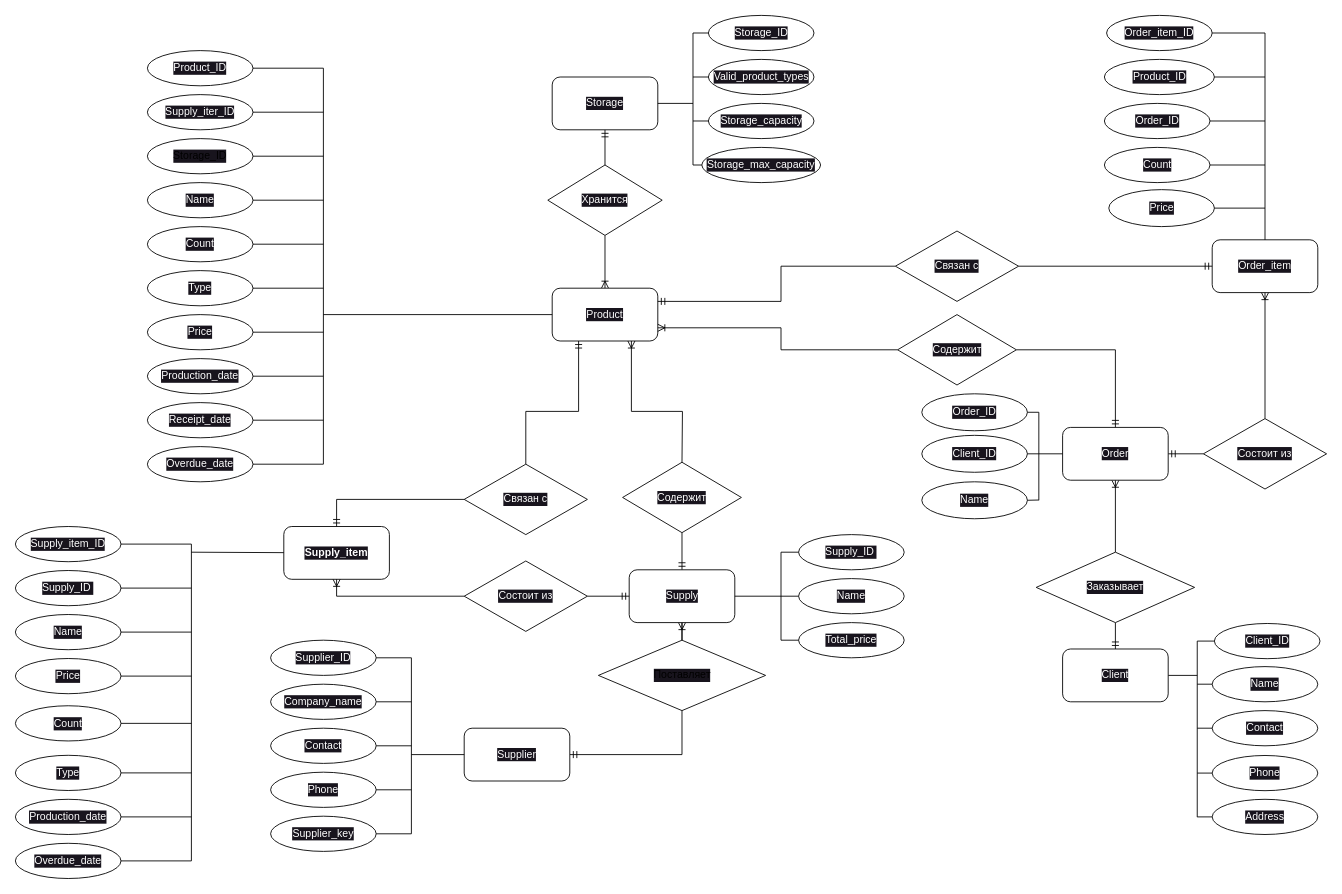
This is page "Page-1" (1 of 2) of Scheme.dio from SkivHisink/DBNSUEdu, a draw.io file, before an edit. Source tidied: cells renumbered, new cells numbered last; positions are measured from the earlier drawing's top-left corner, leaving out a move shared by most shapes. Both pictures are drawn from the tidied source at 88%, with x=0, y=0 at pixel (15, 15).
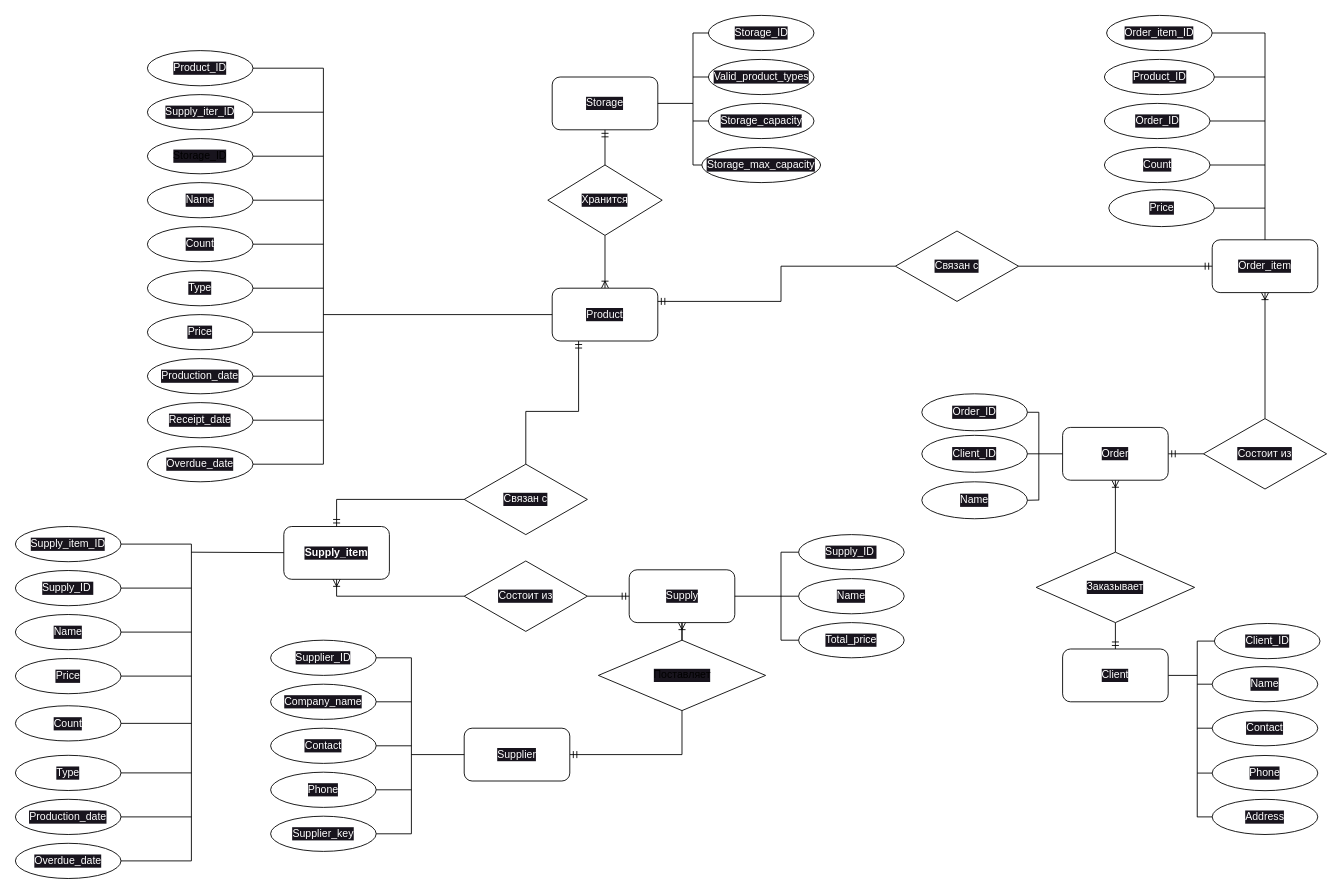
The same page after the edit.

The change refers to these unchanged cells:
```xml
<mxCell id="16" value="Supply" style="rounded=1;whiteSpace=wrap;html=1;fontColor=#FFFFFF;labelBackgroundColor=#18141D;" parent="1" vertex="1">
  <mxGeometry x="697.5" y="630" width="120" height="60" as="geometry" />
</mxCell>
<mxCell id="23" value="Product" style="rounded=1;whiteSpace=wrap;html=1;fontColor=#FFFFFF;labelBackgroundColor=#18141D;" parent="1" vertex="1">
  <mxGeometry x="610" y="310" width="120" height="60" as="geometry" />
</mxCell>
<mxCell id="53" value="Order" style="rounded=1;whiteSpace=wrap;html=1;fontColor=#FFFFFF;labelBackgroundColor=#18141D;" parent="1" vertex="1">
  <mxGeometry x="1190" y="468.2" width="120" height="60" as="geometry" />
</mxCell>
```

Change to the diagram source:
```diff
@@
-    <mxCell id="3" style="edgeStyle=orthogonalEdgeStyle;rounded=0;jettySize=auto;html=1;startArrow=ERmandOne;startFill=0;endArrow=none;endFill=0;exitX=0.5;exitY=0;exitDx=0;exitDy=0;entryX=0.5;entryY=1;entryDx=0;entryDy=0;labelBackgroundColor=#18141D;" parent="1" edge="1" source="16" target="21">
-      <mxGeometry relative="1" as="geometry" />
-    </mxCell>
@@
-    <mxCell id="20" style="edgeStyle=none;html=1;entryX=0.75;entryY=1;entryDx=0;entryDy=0;fontColor=#FFFFFF;endArrow=ERoneToMany;endFill=0;exitX=0.5;exitY=0;exitDx=0;exitDy=0;rounded=0;strokeColor=default;startArrow=none;startFill=0;labelBackgroundColor=#18141D;" parent="1" edge="1" source="21" target="23">
-      <mxGeometry relative="1" as="geometry">
-        <Array as="points">
-          <mxPoint x="758" y="450" />
-          <mxPoint x="700" y="450" />
-        </Array>
-      </mxGeometry>
-    </mxCell>
-    <mxCell id="21" value="Содержит" style="rhombus;whiteSpace=wrap;html=1;fontColor=#FFFFFF;labelBackgroundColor=#18141D;" parent="1" vertex="1">
-      <mxGeometry x="690" y="507.8" width="135" height="80" as="geometry" />
-    </mxCell>
@@
-    <mxCell id="52" style="edgeStyle=none;html=1;entryX=1;entryY=0.5;entryDx=0;entryDy=0;fontColor=#FFFFFF;endArrow=none;endFill=0;rounded=0;startArrow=ERmandOne;startFill=0;labelBackgroundColor=#18141D;" parent="1" edge="1" source="53" target="61">
-      <mxGeometry relative="1" as="geometry">
-        <Array as="points">
-          <mxPoint x="1250" y="380" />
-        </Array>
-      </mxGeometry>
-    </mxCell>
@@
-    <mxCell id="60" style="edgeStyle=none;html=1;entryX=1;entryY=0.75;entryDx=0;entryDy=0;fontColor=#FFFFFF;endArrow=ERoneToMany;endFill=0;exitX=0;exitY=0.5;exitDx=0;exitDy=0;rounded=0;labelBackgroundColor=#18141D;" parent="1" edge="1" source="61" target="23">
-      <mxGeometry relative="1" as="geometry">
-        <Array as="points">
-          <mxPoint x="870" y="380" />
-          <mxPoint x="870" y="355" />
-        </Array>
-      </mxGeometry>
-    </mxCell>
-    <mxCell id="61" value="Содержит" style="rhombus;whiteSpace=wrap;html=1;fontColor=#FFFFFF;labelBackgroundColor=#18141D;" parent="1" vertex="1">
-      <mxGeometry x="1002.5" y="340" width="135" height="80" as="geometry" />
-    </mxCell>
```
